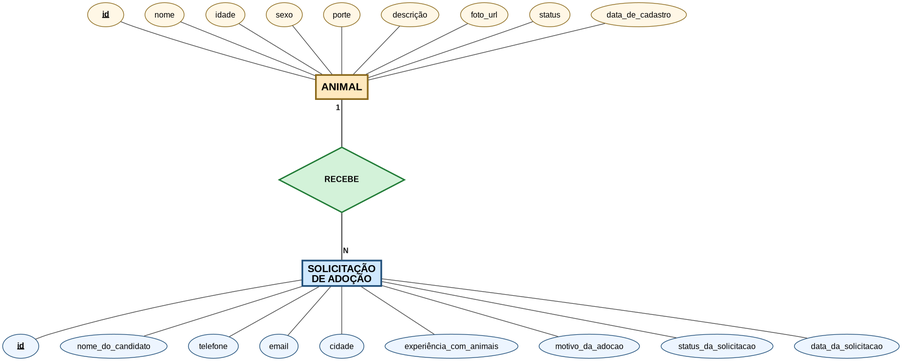
This is docs/diagramas/modelo-conceitual.png from johnsalviano/adota-patos, a Graphviz export, as it was before one commit. Its source is kept beside it as docs/diagramas/modelo-conceitual.dot.
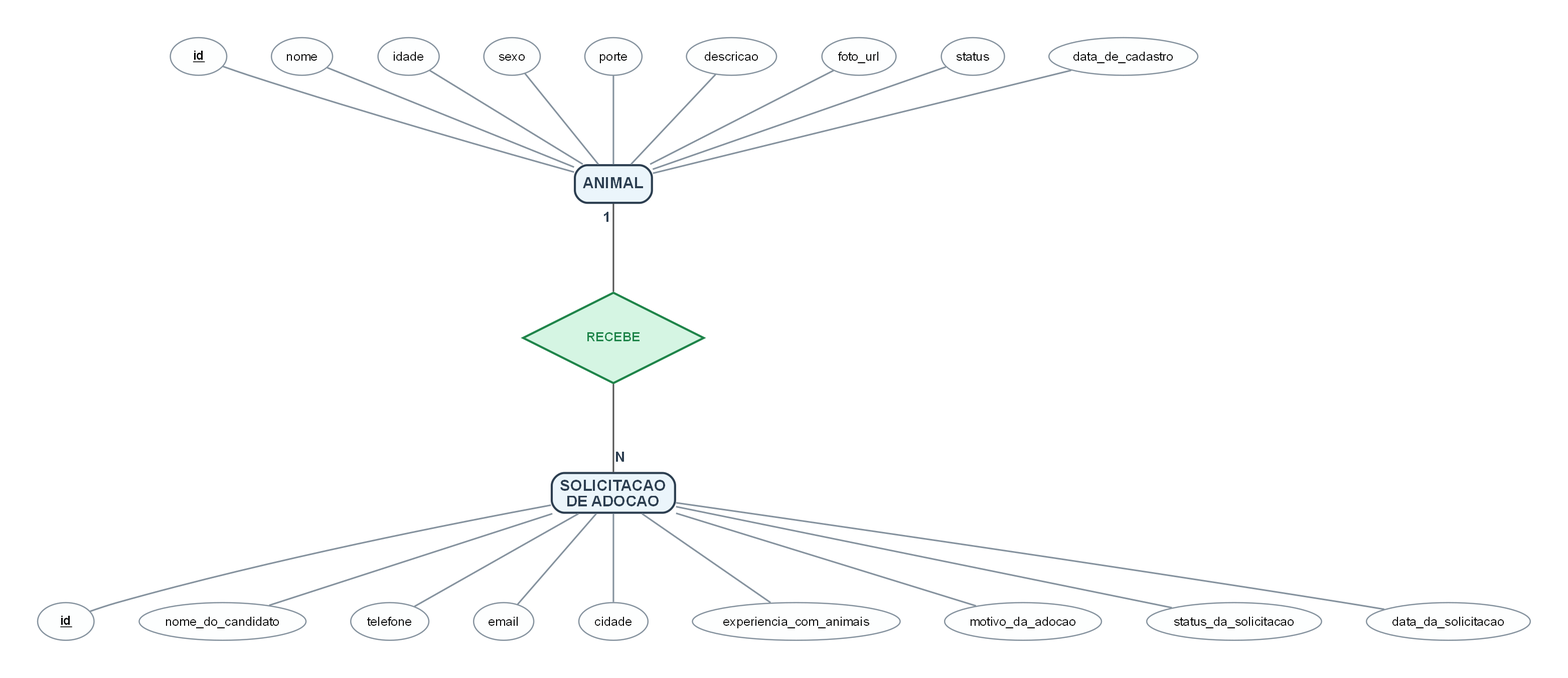
Later version of the same file.

Diff of the diagram source:
```diff
@@ -1,78 +1,100 @@
 
 digraph MER {
     rankdir=TB;
-    splines=spline;
-    nodesep=0.45;
-    ranksep=1.0;
-    bgcolor=white;
-    node [fontname="Segoe UI, Arial, sans-serif", fontsize=12];
-    edge [fontname="Segoe UI, Arial, sans-serif", fontsize=11, color="#444444", arrowhead=none, arrowtail=none];
+    splines=true;
+    nodesep=0.6;
+    ranksep=1.2;
+    bgcolor="white";
+    pad="0.5";
+    dpi=150;
+
+    node [
+        fontname="Helvetica, Arial, sans-serif",
+        fontsize=12,
+        penwidth=1.2
+    ];
+    edge [
+        fontname="Helvetica, Arial, sans-serif",
+        fontsize=11,
+        color="#555555",
+        penwidth=1.5,
+        arrowhead=none,
+        arrowtail=none
+    ];
 
     animal [
-        shape=box, style="filled", penwidth=2.5,
-        fillcolor="#FFE9BF", color="#8C6A1D",
-        label=<<FONT POINT-SIZE="16"><B>ANIMAL</B></FONT>>
+        shape=box, style="filled,rounded",
+        fillcolor="#EBF5FB", color="#2C3E50", penwidth=2,
+        label=<<FONT POINT-SIZE="15" COLOR="#2C3E50"><B>ANIMAL</B></FONT>>
     ];
 
-    candidatura [
-        shape=box, style="filled", penwidth=2.5,
-        fillcolor="#CFE8FF", color="#1F4E79",
-        label=<<FONT POINT-SIZE="15"><B>SOLICITAÇÃO<BR/>DE ADOÇÃO</B></FONT>>
+    solicitacao [
+        shape=box, style="filled,rounded",
+        fillcolor="#EBF5FB", color="#2C3E50", penwidth=2,
+        label=<<FONT POINT-SIZE="15" COLOR="#2C3E50"><B>SOLICITACAO<BR/>DE ADOCAO</B></FONT>>
     ];
 
     recebe [
         shape=diamond, style="filled",
-        fillcolor="#D3F2D9", color="#1E7A34", penwidth=2,
-        height=1.35, width=2.6, fixedsize=true,
-        label=<<B>RECEBE</B>>
+        fillcolor="#D5F5E3", color="#1E8449", penwidth=2,
+        height=1.2, width=2.4, fixedsize=true,
+        label=<<FONT POINT-SIZE="12" COLOR="#1E8449"><B>RECEBE</B></FONT>>
     ];
 
-    animal -> recebe  [dir=none, penwidth=1.6, taillabel=<<B>&nbsp;&nbsp;1&nbsp;&nbsp;</B>>, labeldistance=1.4, labelfontcolor="#111111"];
-    recebe -> candidatura [dir=none, penwidth=1.6, headlabel=<<B>&nbsp;&nbsp;N&nbsp;&nbsp;</B>>, labeldistance=1.4, labelfontcolor="#111111"];
+    animal -> recebe [
+        dir=none, penwidth=1.5,
+        taillabel=<<FONT POINT-SIZE="13" COLOR="#2C3E50"><B>  1  </B></FONT>>,
+        labeldistance=1.5, labelfontcolor="#2C3E50"
+    ];
+    recebe -> solicitacao [
+        dir=none, penwidth=1.5,
+        headlabel=<<FONT POINT-SIZE="13" COLOR="#2C3E50"><B>  N  </B></FONT>>,
+        labeldistance=1.5, labelfontcolor="#2C3E50"
+    ];
 
-    an_id      [shape=ellipse, style=filled, fillcolor="#FFF7E6", color="#8C6A1D", label=<<U><B>id</B></U>>];
-    an_nome    [shape=ellipse, style=filled, fillcolor="#FFF7E6", color="#8C6A1D", label="nome"];
-    an_idade   [shape=ellipse, style=filled, fillcolor="#FFF7E6", color="#8C6A1D", label="idade"];
-    an_sexo    [shape=ellipse, style=filled, fillcolor="#FFF7E6", color="#8C6A1D", label="sexo"];
-    an_porte   [shape=ellipse, style=filled, fillcolor="#FFF7E6", color="#8C6A1D", label="porte"];
-    an_desc    [shape=ellipse, style=filled, fillcolor="#FFF7E6", color="#8C6A1D", label="descrição"];
-    an_foto    [shape=ellipse, style=filled, fillcolor="#FFF7E6", color="#8C6A1D", label="foto_url"];
-    an_status  [shape=ellipse, style=filled, fillcolor="#FFF7E6", color="#8C6A1D", label="status"];
-    an_data    [shape=ellipse, style=filled, fillcolor="#FFF7E6", color="#8C6A1D", label="data_de_cadastro"];
+    an_id      [shape=ellipse, style=filled, fillcolor="#FDFEFE", color="#85929E", label=<<U><B>id</B></U>>];
+    an_nome    [shape=ellipse, style=filled, fillcolor="#FDFEFE", color="#85929E", label="nome"];
+    an_idade   [shape=ellipse, style=filled, fillcolor="#FDFEFE", color="#85929E", label="idade"];
+    an_sexo    [shape=ellipse, style=filled, fillcolor="#FDFEFE", color="#85929E", label="sexo"];
+    an_porte   [shape=ellipse, style=filled, fillcolor="#FDFEFE", color="#85929E", label="porte"];
+    an_desc    [shape=ellipse, style=filled, fillcolor="#FDFEFE", color="#85929E", label="descricao"];
+    an_foto    [shape=ellipse, style=filled, fillcolor="#FDFEFE", color="#85929E", label="foto_url"];
+    an_status  [shape=ellipse, style=filled, fillcolor="#FDFEFE", color="#85929E", label="status"];
+    an_data    [shape=ellipse, style=filled, fillcolor="#FDFEFE", color="#85929E", label="data_de_cadastro"];
 
     { rank=same; an_id; an_nome; an_idade; an_sexo; an_porte; }
     { rank=same; an_desc; an_foto; an_status; an_data; }
 
-    an_id     -> animal;
-    an_nome   -> animal;
-    an_idade  -> animal;
-    an_sexo   -> animal;
-    an_porte  -> animal;
-    an_desc   -> animal;
-    an_foto   -> animal;
-    an_status -> animal;
-    an_data   -> animal;
+    an_id     -> animal [color="#85929E"];
+    an_nome   -> animal [color="#85929E"];
+    an_idade  -> animal [color="#85929E"];
+    an_sexo   -> animal [color="#85929E"];
+    an_porte  -> animal [color="#85929E"];
+    an_desc   -> animal [color="#85929E"];
+    an_foto   -> animal [color="#85929E"];
+    an_status -> animal [color="#85929E"];
+    an_data   -> animal [color="#85929E"];
 
-    so_id      [shape=ellipse, style=filled, fillcolor="#EDF5FF", color="#1F4E79", label=<<U><B>id</B></U>>];
-    so_nome    [shape=ellipse, style=filled, fillcolor="#EDF5FF", color="#1F4E79", label="nome_do_candidato"];
-    so_tel     [shape=ellipse, style=filled, fillcolor="#EDF5FF", color="#1F4E79", label="telefone"];
-    so_email   [shape=ellipse, style=filled, fillcolor="#EDF5FF", color="#1F4E79", label="email"];
-    so_cidade  [shape=ellipse, style=filled, fillcolor="#EDF5FF", color="#1F4E79", label="cidade"];
-    so_exp     [shape=ellipse, style=filled, fillcolor="#EDF5FF", color="#1F4E79", label="experiência_com_animais"];
-    so_motivo  [shape=ellipse, style=filled, fillcolor="#EDF5FF", color="#1F4E79", label="motivo_da_adocao"];
-    so_status  [shape=ellipse, style=filled, fillcolor="#EDF5FF", color="#1F4E79", label="status_da_solicitacao"];
-    so_data    [shape=ellipse, style=filled, fillcolor="#EDF5FF", color="#1F4E79", label="data_da_solicitacao"];
+    so_id      [shape=ellipse, style=filled, fillcolor="#FDFEFE", color="#85929E", label=<<U><B>id</B></U>>];
+    so_nome    [shape=ellipse, style=filled, fillcolor="#FDFEFE", color="#85929E", label="nome_do_candidato"];
+    so_tel     [shape=ellipse, style=filled, fillcolor="#FDFEFE", color="#85929E", label="telefone"];
+    so_email   [shape=ellipse, style=filled, fillcolor="#FDFEFE", color="#85929E", label="email"];
+    so_cidade  [shape=ellipse, style=filled, fillcolor="#FDFEFE", color="#85929E", label="cidade"];
+    so_exp     [shape=ellipse, style=filled, fillcolor="#FDFEFE", color="#85929E", label="experiencia_com_animais"];
+    so_motivo  [shape=ellipse, style=filled, fillcolor="#FDFEFE", color="#85929E", label="motivo_da_adocao"];
+    so_status  [shape=ellipse, style=filled, fillcolor="#FDFEFE", color="#85929E", label="status_da_solicitacao"];
+    so_data    [shape=ellipse, style=filled, fillcolor="#FDFEFE", color="#85929E", label="data_da_solicitacao"];
 
     { rank=same; so_id; so_nome; so_tel; so_email; so_cidade; }
     { rank=same; so_exp; so_motivo; so_status; so_data; }
 
-    candidatura -> so_id;
-    candidatura -> so_nome;
-    candidatura -> so_tel;
-    candidatura -> so_email;
-    candidatura -> so_cidade;
-    candidatura -> so_exp;
-    candidatura -> so_motivo;
-    candidatura -> so_status;
-    candidatura -> so_data;
+    solicitacao -> so_id     [color="#85929E"];
+    solicitacao -> so_nome   [color="#85929E"];
+    solicitacao -> so_tel    [color="#85929E"];
+    solicitacao -> so_email  [color="#85929E"];
+    solicitacao -> so_cidade [color="#85929E"];
+    solicitacao -> so_exp    [color="#85929E"];
+    solicitacao -> so_motivo [color="#85929E"];
+    solicitacao -> so_status [color="#85929E"];
+    solicitacao -> so_data   [color="#85929E"];
 }
```
